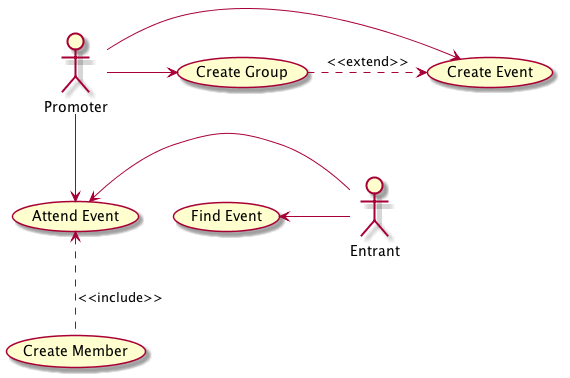
Above: assets/img/diagrams/usecase.png in ogom/draw_uml (PlantUML), before the change.
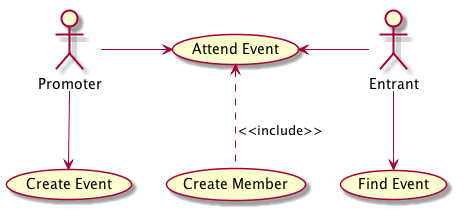
After the change.

Change to the diagram source:
```diff
@@ -3,13 +3,11 @@
 actor Promoter
 actor Entrant
 
-Promoter -> (Create Group)
-Promoter -> (Create Event)
-(Create Group) .> (Create Event) : <<extend>>
+Promoter --> (Create Event)
+Promoter -> (Attend Event)
 
-Promoter --> (Attend Event)
+Entrant --> (Find Event)
 
-(Find Event) <- Entrant
 (Attend Event) <- Entrant
 (Attend Event) <.. (Create Member)  : <<include>>
 
```
